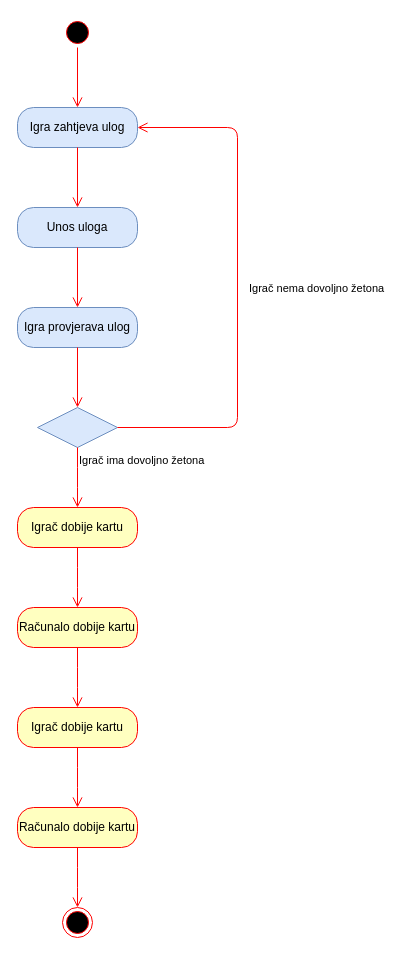
Earlier version of the draw.io diagram page "Dijagram podaktivnost dijeljenja karata" (4 of 14) of Untitled Diagram.drawio (avrkic/21). Source tidied: cells renumbered, new cells numbered last; positions are measured from the earlier drawing's top-left corner, leaving out a move shared by most shapes. Both pictures are drawn from the tidied source at 100%, with x=0, y=0 at pixel (17, 17).
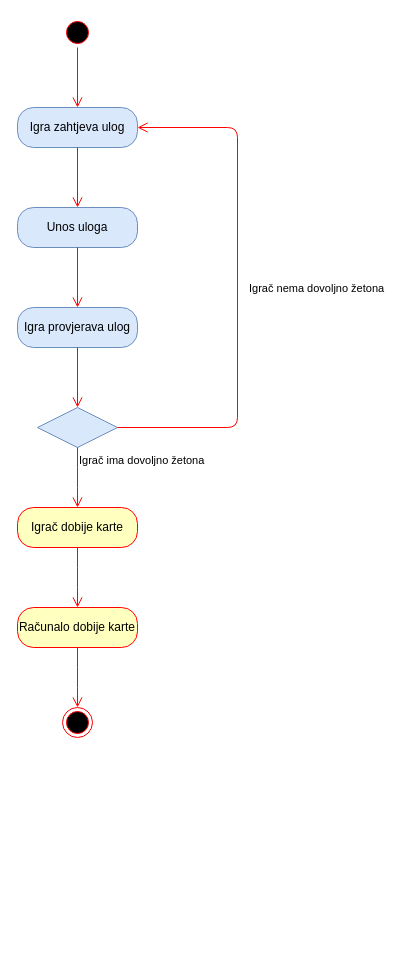
After the change.

The edit, as a diff of the source:
```diff
@@
-    <mxCell id="13" value="Igrač dobije kartu" style="rounded=1;whiteSpace=wrap;html=1;arcSize=40;fontColor=#000000;fillColor=#ffffc0;strokeColor=#ff0000;" parent="1" vertex="1">
+    <mxCell id="13" value="Igrač dobije karte" style="rounded=1;whiteSpace=wrap;html=1;arcSize=40;fontColor=#000000;fillColor=#ffffc0;strokeColor=#ff0000;" parent="1" vertex="1">
       <mxGeometry y="490" width="120" height="40" as="geometry" />
     </mxCell>
@@
-    <mxCell id="15" value="Računalo dobije kartu" style="rounded=1;whiteSpace=wrap;html=1;arcSize=40;fontColor=#000000;fillColor=#ffffc0;strokeColor=#ff0000;" parent="1" vertex="1">
-      <mxGeometry y="590" width="120" height="40" as="geometry" />
-    </mxCell>
-    <mxCell id="16" style="edgeStyle=orthogonalEdgeStyle;html=1;verticalAlign=bottom;endArrow=open;endSize=8;strokeColor=#ff0000;" parent="1" edge="1" source="15">
-      <mxGeometry relative="1" as="geometry">
-        <mxPoint x="60" y="690" as="targetPoint" />
-      </mxGeometry>
-    </mxCell>
-    <mxCell id="17" value="Igrač dobije kartu" style="rounded=1;whiteSpace=wrap;html=1;arcSize=40;fontColor=#000000;fillColor=#ffffc0;strokeColor=#ff0000;" parent="1" vertex="1">
-      <mxGeometry y="690" width="120" height="40" as="geometry" />
-    </mxCell>
-    <mxCell id="18" style="edgeStyle=orthogonalEdgeStyle;html=1;verticalAlign=bottom;endArrow=open;endSize=8;strokeColor=#ff0000;" parent="1" edge="1" source="17">
-      <mxGeometry relative="1" as="geometry">
-        <mxPoint x="60" y="790" as="targetPoint" />
-      </mxGeometry>
-    </mxCell>
-    <mxCell id="19" value="Računalo dobije kartu" style="rounded=1;whiteSpace=wrap;html=1;arcSize=40;fontColor=#000000;fillColor=#ffffc0;strokeColor=#ff0000;" parent="1" vertex="1">
-      <mxGeometry y="790" width="120" height="40" as="geometry" />
+    <mxCell id="19" value="Računalo dobije karte" style="rounded=1;whiteSpace=wrap;html=1;arcSize=40;fontColor=#000000;fillColor=#ffffc0;strokeColor=#ff0000;" parent="1" vertex="1">
+      <mxGeometry y="590" width="120" height="40" as="geometry" />
     </mxCell>
     <mxCell id="20" style="edgeStyle=orthogonalEdgeStyle;html=1;verticalAlign=bottom;endArrow=open;endSize=8;strokeColor=#ff0000;" parent="1" edge="1" source="19">
       <mxGeometry relative="1" as="geometry">
-        <mxPoint x="60" y="890" as="targetPoint" />
+        <mxPoint x="60" y="690" as="targetPoint" />
       </mxGeometry>
     </mxCell>
     <mxCell id="21" style="ellipse;html=1;shape=endState;fillColor=#000000;strokeColor=#ff0000;" parent="1" vertex="1">
-      <mxGeometry x="45" y="890" width="30" height="30" as="geometry" />
+      <mxGeometry x="45" y="690" width="30" height="30" as="geometry" />
     </mxCell>
```
